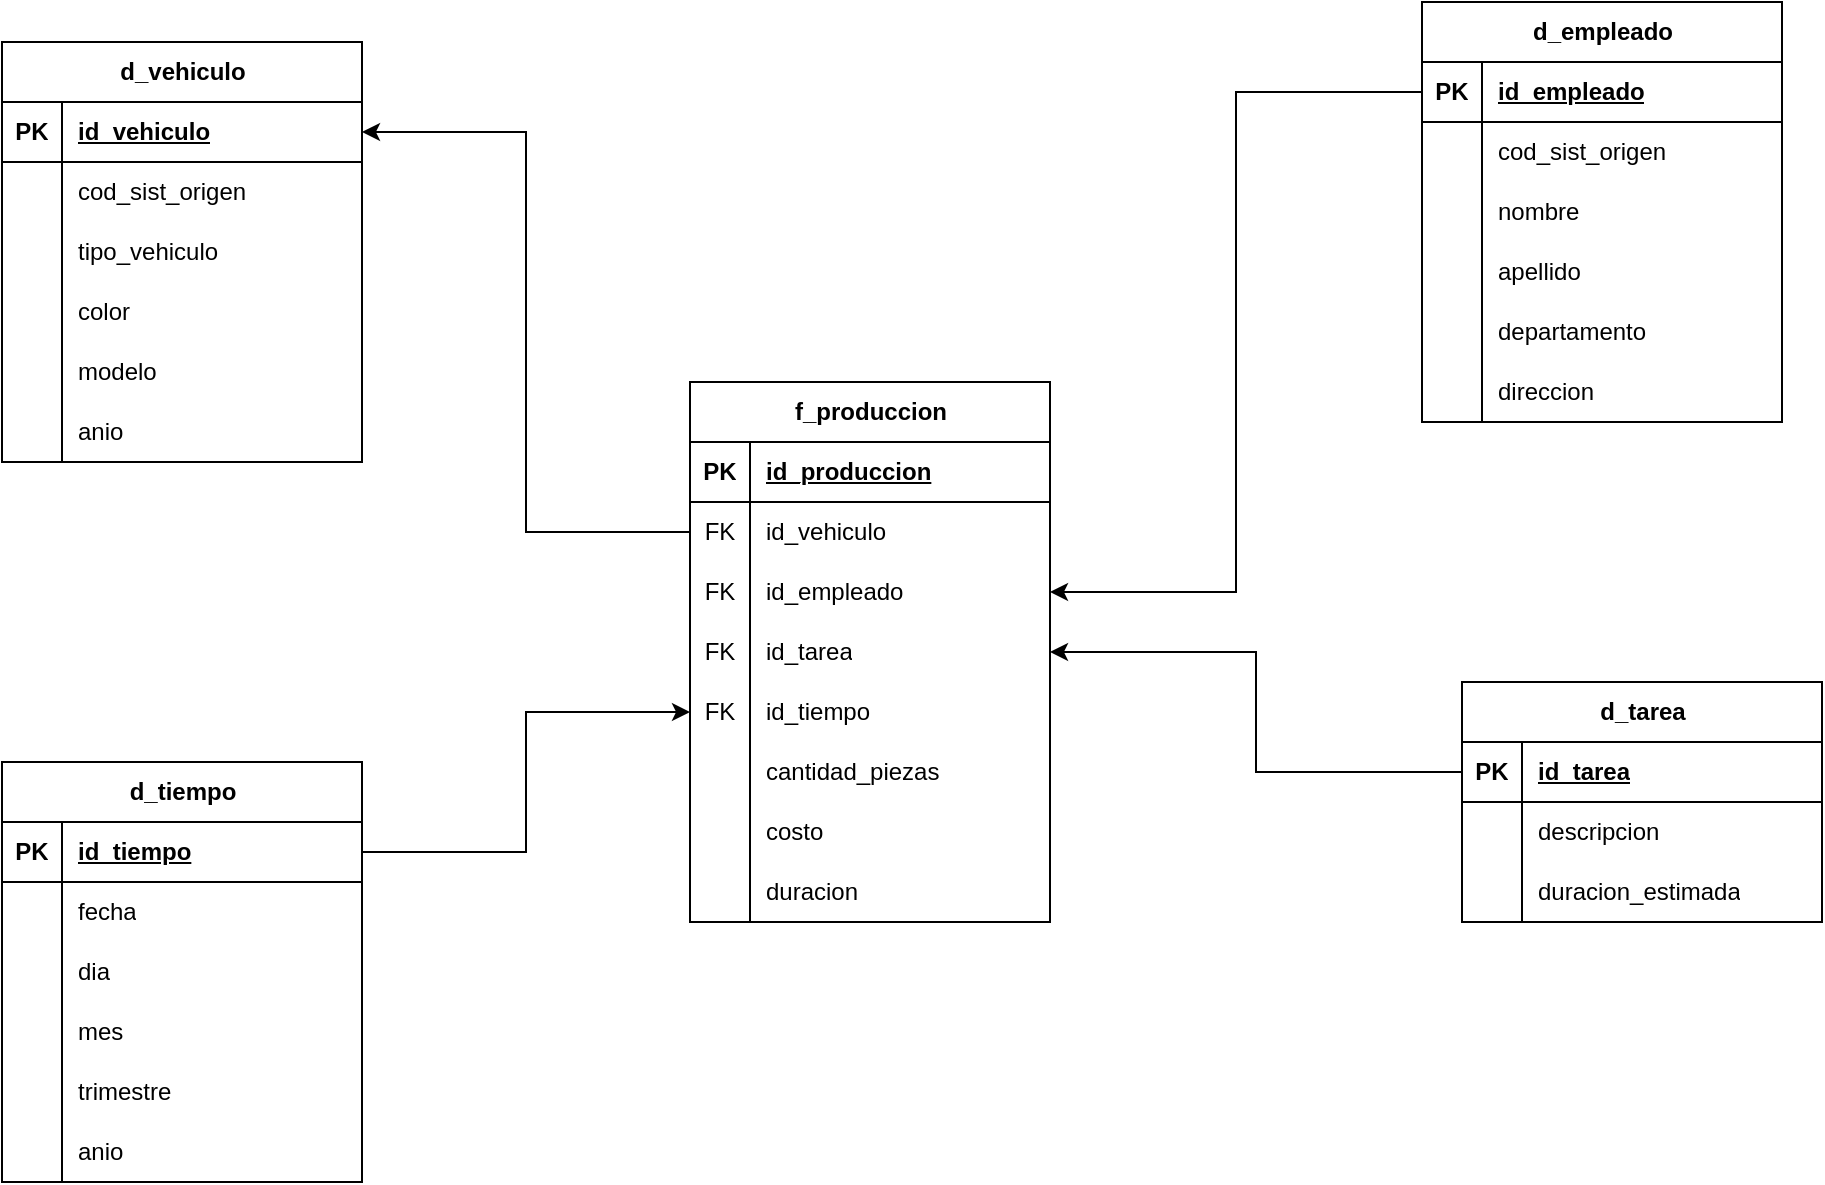
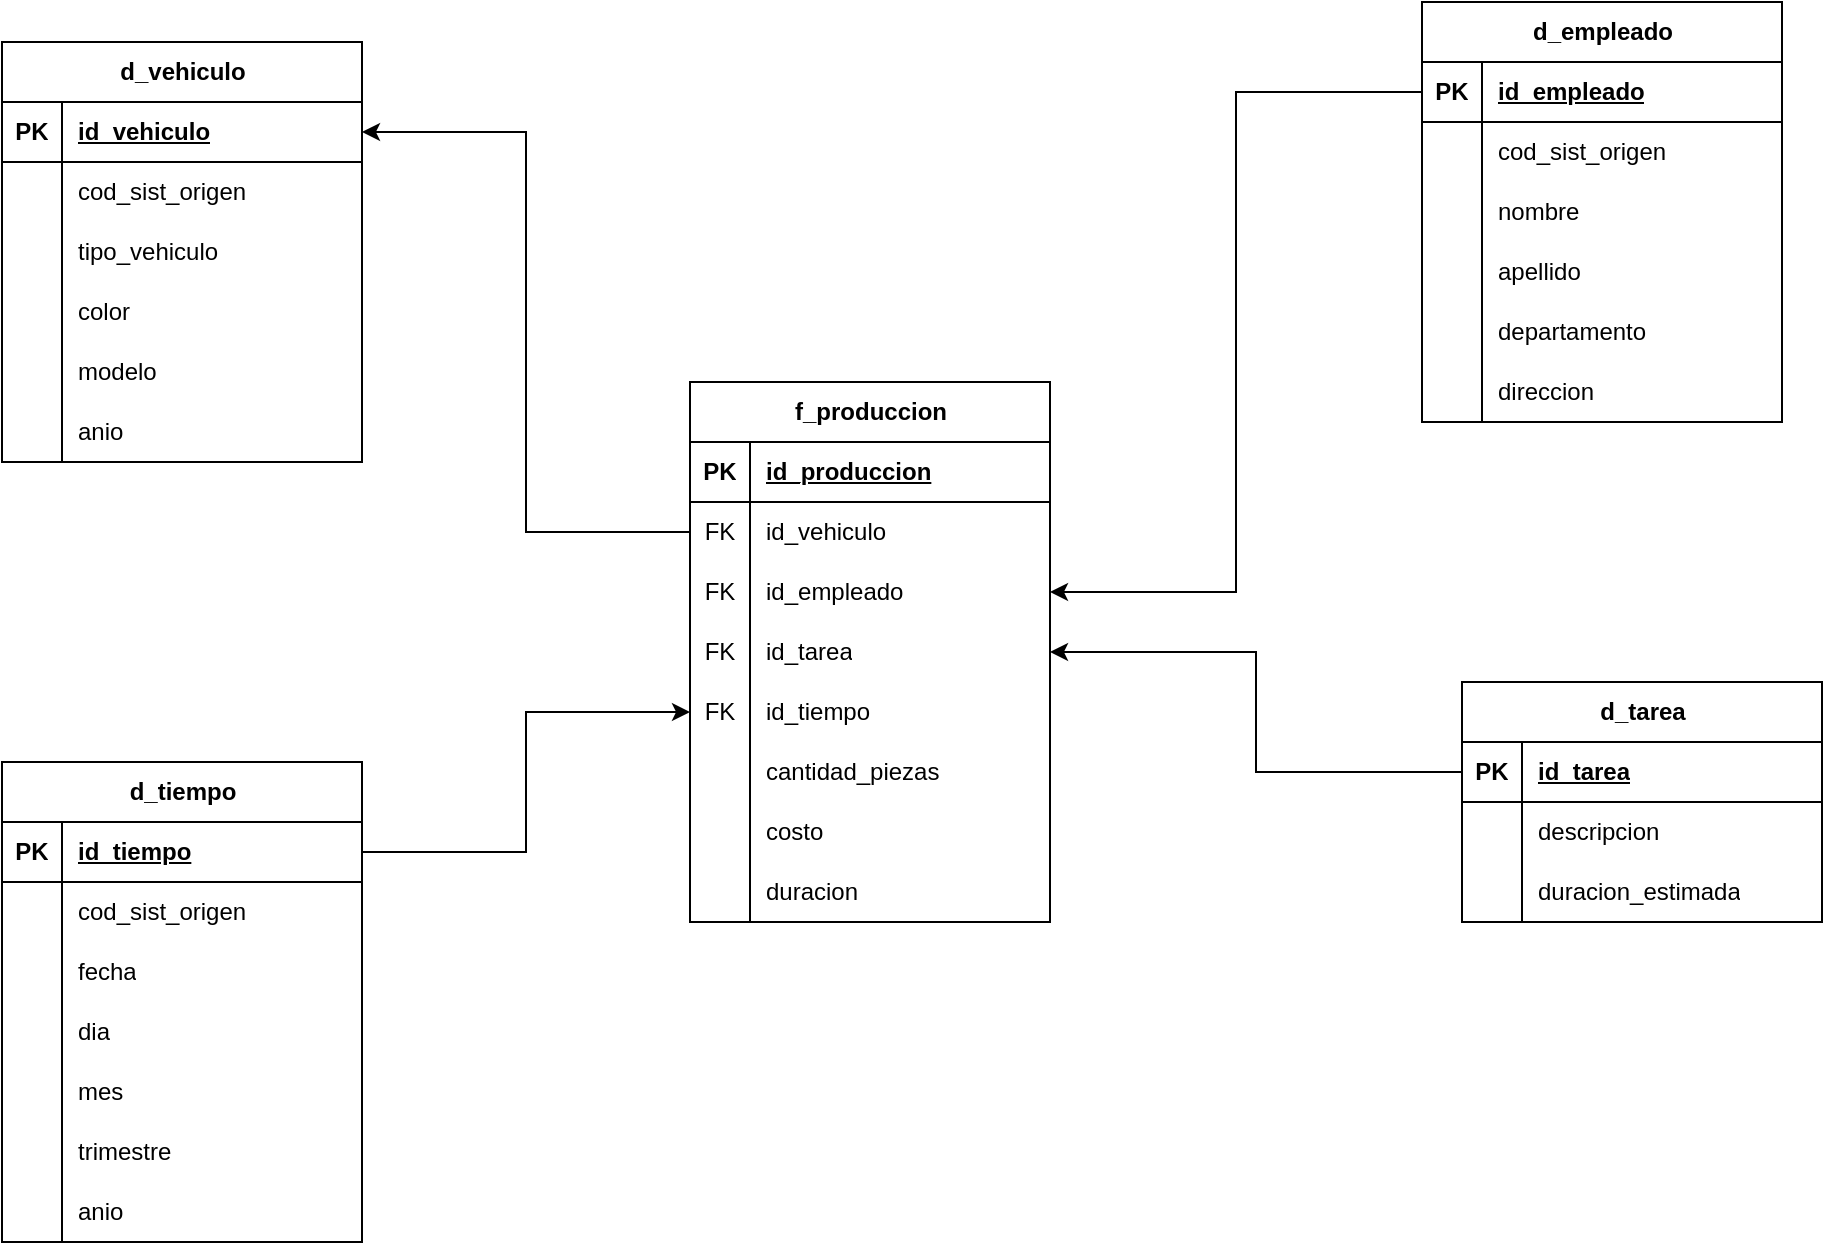
<mxfile host="app.diagrams.net">
  <diagram name="Página-1" id="8E3ZM4uKZoQ_-SHkeeXd">
    <mxGraphModel dx="1261" dy="574" grid="1" gridSize="10" guides="1" tooltips="1" connect="1" arrows="1" fold="1" page="1" pageScale="1" pageWidth="827" pageHeight="1169" math="0" shadow="0">
      <root>
        <mxCell id="0" />
        <mxCell id="1" parent="0" />
        <mxCell id="SVSHtn-OMlxAWYOSQ3T2-1" parent="1" style="shape=table;startSize=30;container=1;collapsible=1;childLayout=tableLayout;fixedRows=1;rowLines=0;fontStyle=1;align=center;resizeLast=1;html=1;" value="d_vehiculo" vertex="1">
          <mxGeometry height="210" width="180" x="70" y="40" as="geometry" />
        </mxCell>
        <mxCell id="SVSHtn-OMlxAWYOSQ3T2-2" parent="SVSHtn-OMlxAWYOSQ3T2-1" style="shape=tableRow;horizontal=0;startSize=0;swimlaneHead=0;swimlaneBody=0;fillColor=none;collapsible=0;dropTarget=0;points=[[0,0.5],[1,0.5]];portConstraint=eastwest;top=0;left=0;right=0;bottom=1;" value="" vertex="1">
          <mxGeometry height="30" width="180" y="30" as="geometry" />
        </mxCell>
        <mxCell id="SVSHtn-OMlxAWYOSQ3T2-3" parent="SVSHtn-OMlxAWYOSQ3T2-2" style="shape=partialRectangle;connectable=0;fillColor=none;top=0;left=0;bottom=0;right=0;fontStyle=1;overflow=hidden;whiteSpace=wrap;html=1;" value="PK" vertex="1">
          <mxGeometry height="30" width="30" as="geometry">
            <mxRectangle height="30" width="30" as="alternateBounds" />
          </mxGeometry>
        </mxCell>
        <mxCell id="SVSHtn-OMlxAWYOSQ3T2-4" parent="SVSHtn-OMlxAWYOSQ3T2-2" style="shape=partialRectangle;connectable=0;fillColor=none;top=0;left=0;bottom=0;right=0;align=left;spacingLeft=6;fontStyle=5;overflow=hidden;whiteSpace=wrap;html=1;" value="id_vehiculo" vertex="1">
          <mxGeometry height="30" width="150" x="30" as="geometry">
            <mxRectangle height="30" width="150" as="alternateBounds" />
          </mxGeometry>
        </mxCell>
        <mxCell id="SVSHtn-OMlxAWYOSQ3T2-5" parent="SVSHtn-OMlxAWYOSQ3T2-1" style="shape=tableRow;horizontal=0;startSize=0;swimlaneHead=0;swimlaneBody=0;fillColor=none;collapsible=0;dropTarget=0;points=[[0,0.5],[1,0.5]];portConstraint=eastwest;top=0;left=0;right=0;bottom=0;" value="" vertex="1">
          <mxGeometry height="30" width="180" y="60" as="geometry" />
        </mxCell>
        <mxCell id="SVSHtn-OMlxAWYOSQ3T2-6" parent="SVSHtn-OMlxAWYOSQ3T2-5" style="shape=partialRectangle;connectable=0;fillColor=none;top=0;left=0;bottom=0;right=0;editable=1;overflow=hidden;whiteSpace=wrap;html=1;" value="" vertex="1">
          <mxGeometry height="30" width="30" as="geometry">
            <mxRectangle height="30" width="30" as="alternateBounds" />
          </mxGeometry>
        </mxCell>
        <mxCell id="SVSHtn-OMlxAWYOSQ3T2-7" parent="SVSHtn-OMlxAWYOSQ3T2-5" style="shape=partialRectangle;connectable=0;fillColor=none;top=0;left=0;bottom=0;right=0;align=left;spacingLeft=6;overflow=hidden;whiteSpace=wrap;html=1;" value="cod_sist_origen" vertex="1">
          <mxGeometry height="30" width="150" x="30" as="geometry">
            <mxRectangle height="30" width="150" as="alternateBounds" />
          </mxGeometry>
        </mxCell>
        <mxCell id="SVSHtn-OMlxAWYOSQ3T2-8" parent="SVSHtn-OMlxAWYOSQ3T2-1" style="shape=tableRow;horizontal=0;startSize=0;swimlaneHead=0;swimlaneBody=0;fillColor=none;collapsible=0;dropTarget=0;points=[[0,0.5],[1,0.5]];portConstraint=eastwest;top=0;left=0;right=0;bottom=0;" value="" vertex="1">
          <mxGeometry height="30" width="180" y="90" as="geometry" />
        </mxCell>
        <mxCell id="SVSHtn-OMlxAWYOSQ3T2-9" parent="SVSHtn-OMlxAWYOSQ3T2-8" style="shape=partialRectangle;connectable=0;fillColor=none;top=0;left=0;bottom=0;right=0;editable=1;overflow=hidden;whiteSpace=wrap;html=1;" value="" vertex="1">
          <mxGeometry height="30" width="30" as="geometry">
            <mxRectangle height="30" width="30" as="alternateBounds" />
          </mxGeometry>
        </mxCell>
        <mxCell id="SVSHtn-OMlxAWYOSQ3T2-10" parent="SVSHtn-OMlxAWYOSQ3T2-8" style="shape=partialRectangle;connectable=0;fillColor=none;top=0;left=0;bottom=0;right=0;align=left;spacingLeft=6;overflow=hidden;whiteSpace=wrap;html=1;" value="tipo_vehiculo" vertex="1">
          <mxGeometry height="30" width="150" x="30" as="geometry">
            <mxRectangle height="30" width="150" as="alternateBounds" />
          </mxGeometry>
        </mxCell>
        <mxCell id="SVSHtn-OMlxAWYOSQ3T2-11" parent="SVSHtn-OMlxAWYOSQ3T2-1" style="shape=tableRow;horizontal=0;startSize=0;swimlaneHead=0;swimlaneBody=0;fillColor=none;collapsible=0;dropTarget=0;points=[[0,0.5],[1,0.5]];portConstraint=eastwest;top=0;left=0;right=0;bottom=0;" value="" vertex="1">
          <mxGeometry height="30" width="180" y="120" as="geometry" />
        </mxCell>
        <mxCell id="SVSHtn-OMlxAWYOSQ3T2-12" parent="SVSHtn-OMlxAWYOSQ3T2-11" style="shape=partialRectangle;connectable=0;fillColor=none;top=0;left=0;bottom=0;right=0;editable=1;overflow=hidden;whiteSpace=wrap;html=1;" value="" vertex="1">
          <mxGeometry height="30" width="30" as="geometry">
            <mxRectangle height="30" width="30" as="alternateBounds" />
          </mxGeometry>
        </mxCell>
        <mxCell id="SVSHtn-OMlxAWYOSQ3T2-13" parent="SVSHtn-OMlxAWYOSQ3T2-11" style="shape=partialRectangle;connectable=0;fillColor=none;top=0;left=0;bottom=0;right=0;align=left;spacingLeft=6;overflow=hidden;whiteSpace=wrap;html=1;" value="color" vertex="1">
          <mxGeometry height="30" width="150" x="30" as="geometry">
            <mxRectangle height="30" width="150" as="alternateBounds" />
          </mxGeometry>
        </mxCell>
        <mxCell id="SVSHtn-OMlxAWYOSQ3T2-79" parent="SVSHtn-OMlxAWYOSQ3T2-1" style="shape=tableRow;horizontal=0;startSize=0;swimlaneHead=0;swimlaneBody=0;fillColor=none;collapsible=0;dropTarget=0;points=[[0,0.5],[1,0.5]];portConstraint=eastwest;top=0;left=0;right=0;bottom=0;" value="" vertex="1">
          <mxGeometry height="30" width="180" y="150" as="geometry" />
        </mxCell>
        <mxCell id="SVSHtn-OMlxAWYOSQ3T2-80" parent="SVSHtn-OMlxAWYOSQ3T2-79" style="shape=partialRectangle;connectable=0;fillColor=none;top=0;left=0;bottom=0;right=0;editable=1;overflow=hidden;whiteSpace=wrap;html=1;" value="" vertex="1">
          <mxGeometry height="30" width="30" as="geometry">
            <mxRectangle height="30" width="30" as="alternateBounds" />
          </mxGeometry>
        </mxCell>
        <mxCell id="SVSHtn-OMlxAWYOSQ3T2-81" parent="SVSHtn-OMlxAWYOSQ3T2-79" style="shape=partialRectangle;connectable=0;fillColor=none;top=0;left=0;bottom=0;right=0;align=left;spacingLeft=6;overflow=hidden;whiteSpace=wrap;html=1;" value="modelo" vertex="1">
          <mxGeometry height="30" width="150" x="30" as="geometry">
            <mxRectangle height="30" width="150" as="alternateBounds" />
          </mxGeometry>
        </mxCell>
        <mxCell id="SVSHtn-OMlxAWYOSQ3T2-82" parent="SVSHtn-OMlxAWYOSQ3T2-1" style="shape=tableRow;horizontal=0;startSize=0;swimlaneHead=0;swimlaneBody=0;fillColor=none;collapsible=0;dropTarget=0;points=[[0,0.5],[1,0.5]];portConstraint=eastwest;top=0;left=0;right=0;bottom=0;" value="" vertex="1">
          <mxGeometry height="30" width="180" y="180" as="geometry" />
        </mxCell>
        <mxCell id="SVSHtn-OMlxAWYOSQ3T2-83" parent="SVSHtn-OMlxAWYOSQ3T2-82" style="shape=partialRectangle;connectable=0;fillColor=none;top=0;left=0;bottom=0;right=0;editable=1;overflow=hidden;whiteSpace=wrap;html=1;" value="" vertex="1">
          <mxGeometry height="30" width="30" as="geometry">
            <mxRectangle height="30" width="30" as="alternateBounds" />
          </mxGeometry>
        </mxCell>
        <mxCell id="SVSHtn-OMlxAWYOSQ3T2-84" parent="SVSHtn-OMlxAWYOSQ3T2-82" style="shape=partialRectangle;connectable=0;fillColor=none;top=0;left=0;bottom=0;right=0;align=left;spacingLeft=6;overflow=hidden;whiteSpace=wrap;html=1;" value="anio" vertex="1">
          <mxGeometry height="30" width="150" x="30" as="geometry">
            <mxRectangle height="30" width="150" as="alternateBounds" />
          </mxGeometry>
        </mxCell>
        <mxCell id="SVSHtn-OMlxAWYOSQ3T2-14" parent="1" style="shape=table;startSize=30;container=1;collapsible=1;childLayout=tableLayout;fixedRows=1;rowLines=0;fontStyle=1;align=center;resizeLast=1;html=1;" value="d_empleado" vertex="1">
          <mxGeometry height="210" width="180" x="780" y="20" as="geometry" />
        </mxCell>
        <mxCell id="SVSHtn-OMlxAWYOSQ3T2-15" parent="SVSHtn-OMlxAWYOSQ3T2-14" style="shape=tableRow;horizontal=0;startSize=0;swimlaneHead=0;swimlaneBody=0;fillColor=none;collapsible=0;dropTarget=0;points=[[0,0.5],[1,0.5]];portConstraint=eastwest;top=0;left=0;right=0;bottom=1;" value="" vertex="1">
          <mxGeometry height="30" width="180" y="30" as="geometry" />
        </mxCell>
        <mxCell id="SVSHtn-OMlxAWYOSQ3T2-16" parent="SVSHtn-OMlxAWYOSQ3T2-15" style="shape=partialRectangle;connectable=0;fillColor=none;top=0;left=0;bottom=0;right=0;fontStyle=1;overflow=hidden;whiteSpace=wrap;html=1;" value="PK" vertex="1">
          <mxGeometry height="30" width="30" as="geometry">
            <mxRectangle height="30" width="30" as="alternateBounds" />
          </mxGeometry>
        </mxCell>
        <mxCell id="SVSHtn-OMlxAWYOSQ3T2-17" parent="SVSHtn-OMlxAWYOSQ3T2-15" style="shape=partialRectangle;connectable=0;fillColor=none;top=0;left=0;bottom=0;right=0;align=left;spacingLeft=6;fontStyle=5;overflow=hidden;whiteSpace=wrap;html=1;" value="id_empleado" vertex="1">
          <mxGeometry height="30" width="150" x="30" as="geometry">
            <mxRectangle height="30" width="150" as="alternateBounds" />
          </mxGeometry>
        </mxCell>
        <mxCell id="SVSHtn-OMlxAWYOSQ3T2-18" parent="SVSHtn-OMlxAWYOSQ3T2-14" style="shape=tableRow;horizontal=0;startSize=0;swimlaneHead=0;swimlaneBody=0;fillColor=none;collapsible=0;dropTarget=0;points=[[0,0.5],[1,0.5]];portConstraint=eastwest;top=0;left=0;right=0;bottom=0;" value="" vertex="1">
          <mxGeometry height="30" width="180" y="60" as="geometry" />
        </mxCell>
        <mxCell id="SVSHtn-OMlxAWYOSQ3T2-19" parent="SVSHtn-OMlxAWYOSQ3T2-18" style="shape=partialRectangle;connectable=0;fillColor=none;top=0;left=0;bottom=0;right=0;editable=1;overflow=hidden;whiteSpace=wrap;html=1;" value="" vertex="1">
          <mxGeometry height="30" width="30" as="geometry">
            <mxRectangle height="30" width="30" as="alternateBounds" />
          </mxGeometry>
        </mxCell>
        <mxCell id="SVSHtn-OMlxAWYOSQ3T2-20" parent="SVSHtn-OMlxAWYOSQ3T2-18" style="shape=partialRectangle;connectable=0;fillColor=none;top=0;left=0;bottom=0;right=0;align=left;spacingLeft=6;overflow=hidden;whiteSpace=wrap;html=1;" value="cod_sist_origen" vertex="1">
          <mxGeometry height="30" width="150" x="30" as="geometry">
            <mxRectangle height="30" width="150" as="alternateBounds" />
          </mxGeometry>
        </mxCell>
        <mxCell id="SVSHtn-OMlxAWYOSQ3T2-21" parent="SVSHtn-OMlxAWYOSQ3T2-14" style="shape=tableRow;horizontal=0;startSize=0;swimlaneHead=0;swimlaneBody=0;fillColor=none;collapsible=0;dropTarget=0;points=[[0,0.5],[1,0.5]];portConstraint=eastwest;top=0;left=0;right=0;bottom=0;" value="" vertex="1">
          <mxGeometry height="30" width="180" y="90" as="geometry" />
        </mxCell>
        <mxCell id="SVSHtn-OMlxAWYOSQ3T2-22" parent="SVSHtn-OMlxAWYOSQ3T2-21" style="shape=partialRectangle;connectable=0;fillColor=none;top=0;left=0;bottom=0;right=0;editable=1;overflow=hidden;whiteSpace=wrap;html=1;" value="" vertex="1">
          <mxGeometry height="30" width="30" as="geometry">
            <mxRectangle height="30" width="30" as="alternateBounds" />
          </mxGeometry>
        </mxCell>
        <mxCell id="SVSHtn-OMlxAWYOSQ3T2-23" parent="SVSHtn-OMlxAWYOSQ3T2-21" style="shape=partialRectangle;connectable=0;fillColor=none;top=0;left=0;bottom=0;right=0;align=left;spacingLeft=6;overflow=hidden;whiteSpace=wrap;html=1;" value="nombre" vertex="1">
          <mxGeometry height="30" width="150" x="30" as="geometry">
            <mxRectangle height="30" width="150" as="alternateBounds" />
          </mxGeometry>
        </mxCell>
        <mxCell id="SVSHtn-OMlxAWYOSQ3T2-86" parent="SVSHtn-OMlxAWYOSQ3T2-14" style="shape=tableRow;horizontal=0;startSize=0;swimlaneHead=0;swimlaneBody=0;fillColor=none;collapsible=0;dropTarget=0;points=[[0,0.5],[1,0.5]];portConstraint=eastwest;top=0;left=0;right=0;bottom=0;" value="" vertex="1">
          <mxGeometry height="30" width="180" y="120" as="geometry" />
        </mxCell>
        <mxCell id="SVSHtn-OMlxAWYOSQ3T2-87" parent="SVSHtn-OMlxAWYOSQ3T2-86" style="shape=partialRectangle;connectable=0;fillColor=none;top=0;left=0;bottom=0;right=0;editable=1;overflow=hidden;whiteSpace=wrap;html=1;" value="" vertex="1">
          <mxGeometry height="30" width="30" as="geometry">
            <mxRectangle height="30" width="30" as="alternateBounds" />
          </mxGeometry>
        </mxCell>
        <mxCell id="SVSHtn-OMlxAWYOSQ3T2-88" parent="SVSHtn-OMlxAWYOSQ3T2-86" style="shape=partialRectangle;connectable=0;fillColor=none;top=0;left=0;bottom=0;right=0;align=left;spacingLeft=6;overflow=hidden;whiteSpace=wrap;html=1;" value="apellido" vertex="1">
          <mxGeometry height="30" width="150" x="30" as="geometry">
            <mxRectangle height="30" width="150" as="alternateBounds" />
          </mxGeometry>
        </mxCell>
        <mxCell id="SVSHtn-OMlxAWYOSQ3T2-24" parent="SVSHtn-OMlxAWYOSQ3T2-14" style="shape=tableRow;horizontal=0;startSize=0;swimlaneHead=0;swimlaneBody=0;fillColor=none;collapsible=0;dropTarget=0;points=[[0,0.5],[1,0.5]];portConstraint=eastwest;top=0;left=0;right=0;bottom=0;" value="" vertex="1">
          <mxGeometry height="30" width="180" y="150" as="geometry" />
        </mxCell>
        <mxCell id="SVSHtn-OMlxAWYOSQ3T2-25" parent="SVSHtn-OMlxAWYOSQ3T2-24" style="shape=partialRectangle;connectable=0;fillColor=none;top=0;left=0;bottom=0;right=0;editable=1;overflow=hidden;whiteSpace=wrap;html=1;" value="" vertex="1">
          <mxGeometry height="30" width="30" as="geometry">
            <mxRectangle height="30" width="30" as="alternateBounds" />
          </mxGeometry>
        </mxCell>
        <mxCell id="SVSHtn-OMlxAWYOSQ3T2-26" parent="SVSHtn-OMlxAWYOSQ3T2-24" style="shape=partialRectangle;connectable=0;fillColor=none;top=0;left=0;bottom=0;right=0;align=left;spacingLeft=6;overflow=hidden;whiteSpace=wrap;html=1;" value="departamento" vertex="1">
          <mxGeometry height="30" width="150" x="30" as="geometry">
            <mxRectangle height="30" width="150" as="alternateBounds" />
          </mxGeometry>
        </mxCell>
        <mxCell id="SVSHtn-OMlxAWYOSQ3T2-89" parent="SVSHtn-OMlxAWYOSQ3T2-14" style="shape=tableRow;horizontal=0;startSize=0;swimlaneHead=0;swimlaneBody=0;fillColor=none;collapsible=0;dropTarget=0;points=[[0,0.5],[1,0.5]];portConstraint=eastwest;top=0;left=0;right=0;bottom=0;" value="" vertex="1">
          <mxGeometry height="30" width="180" y="180" as="geometry" />
        </mxCell>
        <mxCell id="SVSHtn-OMlxAWYOSQ3T2-90" parent="SVSHtn-OMlxAWYOSQ3T2-89" style="shape=partialRectangle;connectable=0;fillColor=none;top=0;left=0;bottom=0;right=0;editable=1;overflow=hidden;whiteSpace=wrap;html=1;" value="" vertex="1">
          <mxGeometry height="30" width="30" as="geometry">
            <mxRectangle height="30" width="30" as="alternateBounds" />
          </mxGeometry>
        </mxCell>
        <mxCell id="SVSHtn-OMlxAWYOSQ3T2-91" parent="SVSHtn-OMlxAWYOSQ3T2-89" style="shape=partialRectangle;connectable=0;fillColor=none;top=0;left=0;bottom=0;right=0;align=left;spacingLeft=6;overflow=hidden;whiteSpace=wrap;html=1;" value="direccion" vertex="1">
          <mxGeometry height="30" width="150" x="30" as="geometry">
            <mxRectangle height="30" width="150" as="alternateBounds" />
          </mxGeometry>
        </mxCell>
        <mxCell id="SVSHtn-OMlxAWYOSQ3T2-40" parent="1" style="shape=table;startSize=30;container=1;collapsible=1;childLayout=tableLayout;fixedRows=1;rowLines=0;fontStyle=1;align=center;resizeLast=1;html=1;" value="d_tarea" vertex="1">
          <mxGeometry height="120" width="180" x="800" y="360" as="geometry" />
        </mxCell>
        <mxCell id="SVSHtn-OMlxAWYOSQ3T2-41" parent="SVSHtn-OMlxAWYOSQ3T2-40" style="shape=tableRow;horizontal=0;startSize=0;swimlaneHead=0;swimlaneBody=0;fillColor=none;collapsible=0;dropTarget=0;points=[[0,0.5],[1,0.5]];portConstraint=eastwest;top=0;left=0;right=0;bottom=1;" value="" vertex="1">
          <mxGeometry height="30" width="180" y="30" as="geometry" />
        </mxCell>
        <mxCell id="SVSHtn-OMlxAWYOSQ3T2-42" parent="SVSHtn-OMlxAWYOSQ3T2-41" style="shape=partialRectangle;connectable=0;fillColor=none;top=0;left=0;bottom=0;right=0;fontStyle=1;overflow=hidden;whiteSpace=wrap;html=1;" value="PK" vertex="1">
          <mxGeometry height="30" width="30" as="geometry">
            <mxRectangle height="30" width="30" as="alternateBounds" />
          </mxGeometry>
        </mxCell>
        <mxCell id="SVSHtn-OMlxAWYOSQ3T2-43" parent="SVSHtn-OMlxAWYOSQ3T2-41" style="shape=partialRectangle;connectable=0;fillColor=none;top=0;left=0;bottom=0;right=0;align=left;spacingLeft=6;fontStyle=5;overflow=hidden;whiteSpace=wrap;html=1;" value="id_tarea" vertex="1">
          <mxGeometry height="30" width="150" x="30" as="geometry">
            <mxRectangle height="30" width="150" as="alternateBounds" />
          </mxGeometry>
        </mxCell>
        <mxCell id="SVSHtn-OMlxAWYOSQ3T2-44" parent="SVSHtn-OMlxAWYOSQ3T2-40" style="shape=tableRow;horizontal=0;startSize=0;swimlaneHead=0;swimlaneBody=0;fillColor=none;collapsible=0;dropTarget=0;points=[[0,0.5],[1,0.5]];portConstraint=eastwest;top=0;left=0;right=0;bottom=0;" value="" vertex="1">
          <mxGeometry height="30" width="180" y="60" as="geometry" />
        </mxCell>
        <mxCell id="SVSHtn-OMlxAWYOSQ3T2-45" parent="SVSHtn-OMlxAWYOSQ3T2-44" style="shape=partialRectangle;connectable=0;fillColor=none;top=0;left=0;bottom=0;right=0;editable=1;overflow=hidden;whiteSpace=wrap;html=1;" value="" vertex="1">
          <mxGeometry height="30" width="30" as="geometry">
            <mxRectangle height="30" width="30" as="alternateBounds" />
          </mxGeometry>
        </mxCell>
        <mxCell id="SVSHtn-OMlxAWYOSQ3T2-46" parent="SVSHtn-OMlxAWYOSQ3T2-44" style="shape=partialRectangle;connectable=0;fillColor=none;top=0;left=0;bottom=0;right=0;align=left;spacingLeft=6;overflow=hidden;whiteSpace=wrap;html=1;" value="descripcion" vertex="1">
          <mxGeometry height="30" width="150" x="30" as="geometry">
            <mxRectangle height="30" width="150" as="alternateBounds" />
          </mxGeometry>
        </mxCell>
        <mxCell id="SVSHtn-OMlxAWYOSQ3T2-47" parent="SVSHtn-OMlxAWYOSQ3T2-40" style="shape=tableRow;horizontal=0;startSize=0;swimlaneHead=0;swimlaneBody=0;fillColor=none;collapsible=0;dropTarget=0;points=[[0,0.5],[1,0.5]];portConstraint=eastwest;top=0;left=0;right=0;bottom=0;" value="" vertex="1">
          <mxGeometry height="30" width="180" y="90" as="geometry" />
        </mxCell>
        <mxCell id="SVSHtn-OMlxAWYOSQ3T2-48" parent="SVSHtn-OMlxAWYOSQ3T2-47" style="shape=partialRectangle;connectable=0;fillColor=none;top=0;left=0;bottom=0;right=0;editable=1;overflow=hidden;whiteSpace=wrap;html=1;" value="" vertex="1">
          <mxGeometry height="30" width="30" as="geometry">
            <mxRectangle height="30" width="30" as="alternateBounds" />
          </mxGeometry>
        </mxCell>
        <mxCell id="SVSHtn-OMlxAWYOSQ3T2-49" parent="SVSHtn-OMlxAWYOSQ3T2-47" style="shape=partialRectangle;connectable=0;fillColor=none;top=0;left=0;bottom=0;right=0;align=left;spacingLeft=6;overflow=hidden;whiteSpace=wrap;html=1;" value="duracion_estimada" vertex="1">
          <mxGeometry height="30" width="150" x="30" as="geometry">
            <mxRectangle height="30" width="150" as="alternateBounds" />
          </mxGeometry>
        </mxCell>
        <mxCell id="SVSHtn-OMlxAWYOSQ3T2-53" parent="1" style="shape=table;startSize=30;container=1;collapsible=1;childLayout=tableLayout;fixedRows=1;rowLines=0;fontStyle=1;align=center;resizeLast=1;html=1;" value="f_produccion" vertex="1">
          <mxGeometry height="270" width="180" x="414" y="210" as="geometry" />
        </mxCell>
        <mxCell id="SVSHtn-OMlxAWYOSQ3T2-54" parent="SVSHtn-OMlxAWYOSQ3T2-53" style="shape=tableRow;horizontal=0;startSize=0;swimlaneHead=0;swimlaneBody=0;fillColor=none;collapsible=0;dropTarget=0;points=[[0,0.5],[1,0.5]];portConstraint=eastwest;top=0;left=0;right=0;bottom=1;" value="" vertex="1">
          <mxGeometry height="30" width="180" y="30" as="geometry" />
        </mxCell>
        <mxCell id="SVSHtn-OMlxAWYOSQ3T2-55" parent="SVSHtn-OMlxAWYOSQ3T2-54" style="shape=partialRectangle;connectable=0;fillColor=none;top=0;left=0;bottom=0;right=0;fontStyle=1;overflow=hidden;whiteSpace=wrap;html=1;" value="PK" vertex="1">
          <mxGeometry height="30" width="30" as="geometry">
            <mxRectangle height="30" width="30" as="alternateBounds" />
          </mxGeometry>
        </mxCell>
        <mxCell id="SVSHtn-OMlxAWYOSQ3T2-56" parent="SVSHtn-OMlxAWYOSQ3T2-54" style="shape=partialRectangle;connectable=0;fillColor=none;top=0;left=0;bottom=0;right=0;align=left;spacingLeft=6;fontStyle=5;overflow=hidden;whiteSpace=wrap;html=1;" value="id_produccion" vertex="1">
          <mxGeometry height="30" width="150" x="30" as="geometry">
            <mxRectangle height="30" width="150" as="alternateBounds" />
          </mxGeometry>
        </mxCell>
        <mxCell id="SVSHtn-OMlxAWYOSQ3T2-57" parent="SVSHtn-OMlxAWYOSQ3T2-53" style="shape=tableRow;horizontal=0;startSize=0;swimlaneHead=0;swimlaneBody=0;fillColor=none;collapsible=0;dropTarget=0;points=[[0,0.5],[1,0.5]];portConstraint=eastwest;top=0;left=0;right=0;bottom=0;" value="" vertex="1">
          <mxGeometry height="30" width="180" y="60" as="geometry" />
        </mxCell>
        <mxCell id="SVSHtn-OMlxAWYOSQ3T2-58" parent="SVSHtn-OMlxAWYOSQ3T2-57" style="shape=partialRectangle;connectable=0;fillColor=none;top=0;left=0;bottom=0;right=0;editable=1;overflow=hidden;whiteSpace=wrap;html=1;" value="FK" vertex="1">
          <mxGeometry height="30" width="30" as="geometry">
            <mxRectangle height="30" width="30" as="alternateBounds" />
          </mxGeometry>
        </mxCell>
        <mxCell id="SVSHtn-OMlxAWYOSQ3T2-59" parent="SVSHtn-OMlxAWYOSQ3T2-57" style="shape=partialRectangle;connectable=0;fillColor=none;top=0;left=0;bottom=0;right=0;align=left;spacingLeft=6;overflow=hidden;whiteSpace=wrap;html=1;" value="id_vehiculo" vertex="1">
          <mxGeometry height="30" width="150" x="30" as="geometry">
            <mxRectangle height="30" width="150" as="alternateBounds" />
          </mxGeometry>
        </mxCell>
        <mxCell id="SVSHtn-OMlxAWYOSQ3T2-60" parent="SVSHtn-OMlxAWYOSQ3T2-53" style="shape=tableRow;horizontal=0;startSize=0;swimlaneHead=0;swimlaneBody=0;fillColor=none;collapsible=0;dropTarget=0;points=[[0,0.5],[1,0.5]];portConstraint=eastwest;top=0;left=0;right=0;bottom=0;" value="" vertex="1">
          <mxGeometry height="30" width="180" y="90" as="geometry" />
        </mxCell>
        <mxCell id="SVSHtn-OMlxAWYOSQ3T2-61" parent="SVSHtn-OMlxAWYOSQ3T2-60" style="shape=partialRectangle;connectable=0;fillColor=none;top=0;left=0;bottom=0;right=0;editable=1;overflow=hidden;whiteSpace=wrap;html=1;" value="FK" vertex="1">
          <mxGeometry height="30" width="30" as="geometry">
            <mxRectangle height="30" width="30" as="alternateBounds" />
          </mxGeometry>
        </mxCell>
        <mxCell id="SVSHtn-OMlxAWYOSQ3T2-62" parent="SVSHtn-OMlxAWYOSQ3T2-60" style="shape=partialRectangle;connectable=0;fillColor=none;top=0;left=0;bottom=0;right=0;align=left;spacingLeft=6;overflow=hidden;whiteSpace=wrap;html=1;" value="id_empleado" vertex="1">
          <mxGeometry height="30" width="150" x="30" as="geometry">
            <mxRectangle height="30" width="150" as="alternateBounds" />
          </mxGeometry>
        </mxCell>
        <mxCell id="SVSHtn-OMlxAWYOSQ3T2-63" parent="SVSHtn-OMlxAWYOSQ3T2-53" style="shape=tableRow;horizontal=0;startSize=0;swimlaneHead=0;swimlaneBody=0;fillColor=none;collapsible=0;dropTarget=0;points=[[0,0.5],[1,0.5]];portConstraint=eastwest;top=0;left=0;right=0;bottom=0;" value="" vertex="1">
          <mxGeometry height="30" width="180" y="120" as="geometry" />
        </mxCell>
        <mxCell id="SVSHtn-OMlxAWYOSQ3T2-64" parent="SVSHtn-OMlxAWYOSQ3T2-63" style="shape=partialRectangle;connectable=0;fillColor=none;top=0;left=0;bottom=0;right=0;editable=1;overflow=hidden;whiteSpace=wrap;html=1;" value="FK" vertex="1">
          <mxGeometry height="30" width="30" as="geometry">
            <mxRectangle height="30" width="30" as="alternateBounds" />
          </mxGeometry>
        </mxCell>
        <mxCell id="SVSHtn-OMlxAWYOSQ3T2-65" parent="SVSHtn-OMlxAWYOSQ3T2-63" style="shape=partialRectangle;connectable=0;fillColor=none;top=0;left=0;bottom=0;right=0;align=left;spacingLeft=6;overflow=hidden;whiteSpace=wrap;html=1;" value="id_tarea" vertex="1">
          <mxGeometry height="30" width="150" x="30" as="geometry">
            <mxRectangle height="30" width="150" as="alternateBounds" />
          </mxGeometry>
        </mxCell>
        <mxCell id="SVSHtn-OMlxAWYOSQ3T2-101" parent="SVSHtn-OMlxAWYOSQ3T2-53" style="shape=tableRow;horizontal=0;startSize=0;swimlaneHead=0;swimlaneBody=0;fillColor=none;collapsible=0;dropTarget=0;points=[[0,0.5],[1,0.5]];portConstraint=eastwest;top=0;left=0;right=0;bottom=0;" value="" vertex="1">
          <mxGeometry height="30" width="180" y="150" as="geometry" />
        </mxCell>
        <mxCell id="SVSHtn-OMlxAWYOSQ3T2-102" parent="SVSHtn-OMlxAWYOSQ3T2-101" style="shape=partialRectangle;connectable=0;fillColor=none;top=0;left=0;bottom=0;right=0;editable=1;overflow=hidden;whiteSpace=wrap;html=1;" value="FK" vertex="1">
          <mxGeometry height="30" width="30" as="geometry">
            <mxRectangle height="30" width="30" as="alternateBounds" />
          </mxGeometry>
        </mxCell>
        <mxCell id="SVSHtn-OMlxAWYOSQ3T2-103" parent="SVSHtn-OMlxAWYOSQ3T2-101" style="shape=partialRectangle;connectable=0;fillColor=none;top=0;left=0;bottom=0;right=0;align=left;spacingLeft=6;overflow=hidden;whiteSpace=wrap;html=1;" value="id_tiempo" vertex="1">
          <mxGeometry height="30" width="150" x="30" as="geometry">
            <mxRectangle height="30" width="150" as="alternateBounds" />
          </mxGeometry>
        </mxCell>
        <mxCell id="SVSHtn-OMlxAWYOSQ3T2-104" parent="SVSHtn-OMlxAWYOSQ3T2-53" style="shape=tableRow;horizontal=0;startSize=0;swimlaneHead=0;swimlaneBody=0;fillColor=none;collapsible=0;dropTarget=0;points=[[0,0.5],[1,0.5]];portConstraint=eastwest;top=0;left=0;right=0;bottom=0;" value="" vertex="1">
          <mxGeometry height="30" width="180" y="180" as="geometry" />
        </mxCell>
        <mxCell id="SVSHtn-OMlxAWYOSQ3T2-105" parent="SVSHtn-OMlxAWYOSQ3T2-104" style="shape=partialRectangle;connectable=0;fillColor=none;top=0;left=0;bottom=0;right=0;editable=1;overflow=hidden;whiteSpace=wrap;html=1;" value="" vertex="1">
          <mxGeometry height="30" width="30" as="geometry">
            <mxRectangle height="30" width="30" as="alternateBounds" />
          </mxGeometry>
        </mxCell>
        <mxCell id="SVSHtn-OMlxAWYOSQ3T2-106" parent="SVSHtn-OMlxAWYOSQ3T2-104" style="shape=partialRectangle;connectable=0;fillColor=none;top=0;left=0;bottom=0;right=0;align=left;spacingLeft=6;overflow=hidden;whiteSpace=wrap;html=1;" value="cantidad_piezas" vertex="1">
          <mxGeometry height="30" width="150" x="30" as="geometry">
            <mxRectangle height="30" width="150" as="alternateBounds" />
          </mxGeometry>
        </mxCell>
        <mxCell id="SVSHtn-OMlxAWYOSQ3T2-107" parent="SVSHtn-OMlxAWYOSQ3T2-53" style="shape=tableRow;horizontal=0;startSize=0;swimlaneHead=0;swimlaneBody=0;fillColor=none;collapsible=0;dropTarget=0;points=[[0,0.5],[1,0.5]];portConstraint=eastwest;top=0;left=0;right=0;bottom=0;" value="" vertex="1">
          <mxGeometry height="30" width="180" y="210" as="geometry" />
        </mxCell>
        <mxCell id="SVSHtn-OMlxAWYOSQ3T2-108" parent="SVSHtn-OMlxAWYOSQ3T2-107" style="shape=partialRectangle;connectable=0;fillColor=none;top=0;left=0;bottom=0;right=0;editable=1;overflow=hidden;whiteSpace=wrap;html=1;" value="" vertex="1">
          <mxGeometry height="30" width="30" as="geometry">
            <mxRectangle height="30" width="30" as="alternateBounds" />
          </mxGeometry>
        </mxCell>
        <mxCell id="SVSHtn-OMlxAWYOSQ3T2-109" parent="SVSHtn-OMlxAWYOSQ3T2-107" style="shape=partialRectangle;connectable=0;fillColor=none;top=0;left=0;bottom=0;right=0;align=left;spacingLeft=6;overflow=hidden;whiteSpace=wrap;html=1;" value="costo" vertex="1">
          <mxGeometry height="30" width="150" x="30" as="geometry">
            <mxRectangle height="30" width="150" as="alternateBounds" />
          </mxGeometry>
        </mxCell>
        <mxCell id="SVSHtn-OMlxAWYOSQ3T2-110" parent="SVSHtn-OMlxAWYOSQ3T2-53" style="shape=tableRow;horizontal=0;startSize=0;swimlaneHead=0;swimlaneBody=0;fillColor=none;collapsible=0;dropTarget=0;points=[[0,0.5],[1,0.5]];portConstraint=eastwest;top=0;left=0;right=0;bottom=0;" value="" vertex="1">
          <mxGeometry height="30" width="180" y="240" as="geometry" />
        </mxCell>
        <mxCell id="SVSHtn-OMlxAWYOSQ3T2-111" parent="SVSHtn-OMlxAWYOSQ3T2-110" style="shape=partialRectangle;connectable=0;fillColor=none;top=0;left=0;bottom=0;right=0;editable=1;overflow=hidden;whiteSpace=wrap;html=1;" value="" vertex="1">
          <mxGeometry height="30" width="30" as="geometry">
            <mxRectangle height="30" width="30" as="alternateBounds" />
          </mxGeometry>
        </mxCell>
        <mxCell id="SVSHtn-OMlxAWYOSQ3T2-112" parent="SVSHtn-OMlxAWYOSQ3T2-110" style="shape=partialRectangle;connectable=0;fillColor=none;top=0;left=0;bottom=0;right=0;align=left;spacingLeft=6;overflow=hidden;whiteSpace=wrap;html=1;" value="duracion" vertex="1">
          <mxGeometry height="30" width="150" x="30" as="geometry">
            <mxRectangle height="30" width="150" as="alternateBounds" />
          </mxGeometry>
        </mxCell>
        <mxCell id="SVSHtn-OMlxAWYOSQ3T2-66" parent="1" style="shape=table;startSize=30;container=1;collapsible=1;childLayout=tableLayout;fixedRows=1;rowLines=0;fontStyle=1;align=center;resizeLast=1;html=1;" value="d_tiempo" vertex="1">
-           <mxGeometry height="210" width="180" x="70" y="400" as="geometry" />
+           <mxGeometry height="240" width="180" x="70" y="400" as="geometry" />
        </mxCell>
        <mxCell id="SVSHtn-OMlxAWYOSQ3T2-67" parent="SVSHtn-OMlxAWYOSQ3T2-66" style="shape=tableRow;horizontal=0;startSize=0;swimlaneHead=0;swimlaneBody=0;fillColor=none;collapsible=0;dropTarget=0;points=[[0,0.5],[1,0.5]];portConstraint=eastwest;top=0;left=0;right=0;bottom=1;" value="" vertex="1">
          <mxGeometry height="30" width="180" y="30" as="geometry" />
        </mxCell>
        <mxCell id="SVSHtn-OMlxAWYOSQ3T2-68" parent="SVSHtn-OMlxAWYOSQ3T2-67" style="shape=partialRectangle;connectable=0;fillColor=none;top=0;left=0;bottom=0;right=0;fontStyle=1;overflow=hidden;whiteSpace=wrap;html=1;" value="PK" vertex="1">
          <mxGeometry height="30" width="30" as="geometry">
            <mxRectangle height="30" width="30" as="alternateBounds" />
          </mxGeometry>
        </mxCell>
        <mxCell id="SVSHtn-OMlxAWYOSQ3T2-69" parent="SVSHtn-OMlxAWYOSQ3T2-67" style="shape=partialRectangle;connectable=0;fillColor=none;top=0;left=0;bottom=0;right=0;align=left;spacingLeft=6;fontStyle=5;overflow=hidden;whiteSpace=wrap;html=1;" value="id_tiempo" vertex="1">
          <mxGeometry height="30" width="150" x="30" as="geometry">
            <mxRectangle height="30" width="150" as="alternateBounds" />
          </mxGeometry>
        </mxCell>
        <mxCell id="SVSHtn-OMlxAWYOSQ3T2-70" parent="SVSHtn-OMlxAWYOSQ3T2-66" style="shape=tableRow;horizontal=0;startSize=0;swimlaneHead=0;swimlaneBody=0;fillColor=none;collapsible=0;dropTarget=0;points=[[0,0.5],[1,0.5]];portConstraint=eastwest;top=0;left=0;right=0;bottom=0;" value="" vertex="1">
          <mxGeometry height="30" width="180" y="60" as="geometry" />
        </mxCell>
        <mxCell id="SVSHtn-OMlxAWYOSQ3T2-71" parent="SVSHtn-OMlxAWYOSQ3T2-70" style="shape=partialRectangle;connectable=0;fillColor=none;top=0;left=0;bottom=0;right=0;editable=1;overflow=hidden;whiteSpace=wrap;html=1;" value="" vertex="1">
          <mxGeometry height="30" width="30" as="geometry">
            <mxRectangle height="30" width="30" as="alternateBounds" />
          </mxGeometry>
        </mxCell>
-         <mxCell id="SVSHtn-OMlxAWYOSQ3T2-72" parent="SVSHtn-OMlxAWYOSQ3T2-70" style="shape=partialRectangle;connectable=0;fillColor=none;top=0;left=0;bottom=0;right=0;align=left;spacingLeft=6;overflow=hidden;whiteSpace=wrap;html=1;" value="fecha" vertex="1">
+         <mxCell id="SVSHtn-OMlxAWYOSQ3T2-72" parent="SVSHtn-OMlxAWYOSQ3T2-70" style="shape=partialRectangle;connectable=0;fillColor=none;top=0;left=0;bottom=0;right=0;align=left;spacingLeft=6;overflow=hidden;whiteSpace=wrap;html=1;" value="cod_sist_origen" vertex="1">
+           <mxGeometry height="30" width="150" x="30" as="geometry">
+             <mxRectangle height="30" width="150" as="alternateBounds" />
+           </mxGeometry>
+         </mxCell>
+         <mxCell id="SVSHtn-OMlxAWYOSQ3T2-113" parent="SVSHtn-OMlxAWYOSQ3T2-66" style="shape=tableRow;horizontal=0;startSize=0;swimlaneHead=0;swimlaneBody=0;fillColor=none;collapsible=0;dropTarget=0;points=[[0,0.5],[1,0.5]];portConstraint=eastwest;top=0;left=0;right=0;bottom=0;" value="" vertex="1">
+           <mxGeometry height="30" width="180" y="90" as="geometry" />
+         </mxCell>
+         <mxCell id="SVSHtn-OMlxAWYOSQ3T2-114" parent="SVSHtn-OMlxAWYOSQ3T2-113" style="shape=partialRectangle;connectable=0;fillColor=none;top=0;left=0;bottom=0;right=0;editable=1;overflow=hidden;whiteSpace=wrap;html=1;" value="" vertex="1">
+           <mxGeometry height="30" width="30" as="geometry">
+             <mxRectangle height="30" width="30" as="alternateBounds" />
+           </mxGeometry>
+         </mxCell>
+         <mxCell id="SVSHtn-OMlxAWYOSQ3T2-115" parent="SVSHtn-OMlxAWYOSQ3T2-113" style="shape=partialRectangle;connectable=0;fillColor=none;top=0;left=0;bottom=0;right=0;align=left;spacingLeft=6;overflow=hidden;whiteSpace=wrap;html=1;" value="fecha" vertex="1">
          <mxGeometry height="30" width="150" x="30" as="geometry">
            <mxRectangle height="30" width="150" as="alternateBounds" />
          </mxGeometry>
        </mxCell>
        <mxCell id="SVSHtn-OMlxAWYOSQ3T2-73" parent="SVSHtn-OMlxAWYOSQ3T2-66" style="shape=tableRow;horizontal=0;startSize=0;swimlaneHead=0;swimlaneBody=0;fillColor=none;collapsible=0;dropTarget=0;points=[[0,0.5],[1,0.5]];portConstraint=eastwest;top=0;left=0;right=0;bottom=0;" value="" vertex="1">
-           <mxGeometry height="30" width="180" y="90" as="geometry" />
+           <mxGeometry height="30" width="180" y="120" as="geometry" />
        </mxCell>
        <mxCell id="SVSHtn-OMlxAWYOSQ3T2-74" parent="SVSHtn-OMlxAWYOSQ3T2-73" style="shape=partialRectangle;connectable=0;fillColor=none;top=0;left=0;bottom=0;right=0;editable=1;overflow=hidden;whiteSpace=wrap;html=1;" value="" vertex="1">
          <mxGeometry height="30" width="30" as="geometry">
            <mxRectangle height="30" width="30" as="alternateBounds" />
          </mxGeometry>
        </mxCell>
        <mxCell id="SVSHtn-OMlxAWYOSQ3T2-75" parent="SVSHtn-OMlxAWYOSQ3T2-73" style="shape=partialRectangle;connectable=0;fillColor=none;top=0;left=0;bottom=0;right=0;align=left;spacingLeft=6;overflow=hidden;whiteSpace=wrap;html=1;" value="dia" vertex="1">
          <mxGeometry height="30" width="150" x="30" as="geometry">
            <mxRectangle height="30" width="150" as="alternateBounds" />
          </mxGeometry>
        </mxCell>
        <mxCell id="SVSHtn-OMlxAWYOSQ3T2-76" parent="SVSHtn-OMlxAWYOSQ3T2-66" style="shape=tableRow;horizontal=0;startSize=0;swimlaneHead=0;swimlaneBody=0;fillColor=none;collapsible=0;dropTarget=0;points=[[0,0.5],[1,0.5]];portConstraint=eastwest;top=0;left=0;right=0;bottom=0;" value="" vertex="1">
-           <mxGeometry height="30" width="180" y="120" as="geometry" />
+           <mxGeometry height="30" width="180" y="150" as="geometry" />
        </mxCell>
        <mxCell id="SVSHtn-OMlxAWYOSQ3T2-77" parent="SVSHtn-OMlxAWYOSQ3T2-76" style="shape=partialRectangle;connectable=0;fillColor=none;top=0;left=0;bottom=0;right=0;editable=1;overflow=hidden;whiteSpace=wrap;html=1;" value="" vertex="1">
          <mxGeometry height="30" width="30" as="geometry">
            <mxRectangle height="30" width="30" as="alternateBounds" />
          </mxGeometry>
        </mxCell>
        <mxCell id="SVSHtn-OMlxAWYOSQ3T2-78" parent="SVSHtn-OMlxAWYOSQ3T2-76" style="shape=partialRectangle;connectable=0;fillColor=none;top=0;left=0;bottom=0;right=0;align=left;spacingLeft=6;overflow=hidden;whiteSpace=wrap;html=1;" value="mes" vertex="1">
          <mxGeometry height="30" width="150" x="30" as="geometry">
            <mxRectangle height="30" width="150" as="alternateBounds" />
          </mxGeometry>
        </mxCell>
        <mxCell id="SVSHtn-OMlxAWYOSQ3T2-94" parent="SVSHtn-OMlxAWYOSQ3T2-66" style="shape=tableRow;horizontal=0;startSize=0;swimlaneHead=0;swimlaneBody=0;fillColor=none;collapsible=0;dropTarget=0;points=[[0,0.5],[1,0.5]];portConstraint=eastwest;top=0;left=0;right=0;bottom=0;" value="" vertex="1">
-           <mxGeometry height="30" width="180" y="150" as="geometry" />
+           <mxGeometry height="30" width="180" y="180" as="geometry" />
        </mxCell>
        <mxCell id="SVSHtn-OMlxAWYOSQ3T2-95" parent="SVSHtn-OMlxAWYOSQ3T2-94" style="shape=partialRectangle;connectable=0;fillColor=none;top=0;left=0;bottom=0;right=0;editable=1;overflow=hidden;whiteSpace=wrap;html=1;" value="" vertex="1">
          <mxGeometry height="30" width="30" as="geometry">
            <mxRectangle height="30" width="30" as="alternateBounds" />
          </mxGeometry>
        </mxCell>
        <mxCell id="SVSHtn-OMlxAWYOSQ3T2-96" parent="SVSHtn-OMlxAWYOSQ3T2-94" style="shape=partialRectangle;connectable=0;fillColor=none;top=0;left=0;bottom=0;right=0;align=left;spacingLeft=6;overflow=hidden;whiteSpace=wrap;html=1;" value="trimestre" vertex="1">
          <mxGeometry height="30" width="150" x="30" as="geometry">
            <mxRectangle height="30" width="150" as="alternateBounds" />
          </mxGeometry>
        </mxCell>
        <mxCell id="SVSHtn-OMlxAWYOSQ3T2-97" parent="SVSHtn-OMlxAWYOSQ3T2-66" style="shape=tableRow;horizontal=0;startSize=0;swimlaneHead=0;swimlaneBody=0;fillColor=none;collapsible=0;dropTarget=0;points=[[0,0.5],[1,0.5]];portConstraint=eastwest;top=0;left=0;right=0;bottom=0;" value="" vertex="1">
-           <mxGeometry height="30" width="180" y="180" as="geometry" />
+           <mxGeometry height="30" width="180" y="210" as="geometry" />
        </mxCell>
        <mxCell id="SVSHtn-OMlxAWYOSQ3T2-98" parent="SVSHtn-OMlxAWYOSQ3T2-97" style="shape=partialRectangle;connectable=0;fillColor=none;top=0;left=0;bottom=0;right=0;editable=1;overflow=hidden;whiteSpace=wrap;html=1;" value="" vertex="1">
          <mxGeometry height="30" width="30" as="geometry">
            <mxRectangle height="30" width="30" as="alternateBounds" />
          </mxGeometry>
        </mxCell>
        <mxCell id="SVSHtn-OMlxAWYOSQ3T2-99" parent="SVSHtn-OMlxAWYOSQ3T2-97" style="shape=partialRectangle;connectable=0;fillColor=none;top=0;left=0;bottom=0;right=0;align=left;spacingLeft=6;overflow=hidden;whiteSpace=wrap;html=1;" value="anio" vertex="1">
          <mxGeometry height="30" width="150" x="30" as="geometry">
            <mxRectangle height="30" width="150" as="alternateBounds" />
          </mxGeometry>
        </mxCell>
        <mxCell id="SVSHtn-OMlxAWYOSQ3T2-85" edge="1" parent="1" source="SVSHtn-OMlxAWYOSQ3T2-57" style="edgeStyle=orthogonalEdgeStyle;rounded=0;orthogonalLoop=1;jettySize=auto;html=1;exitX=0;exitY=0.5;exitDx=0;exitDy=0;" target="SVSHtn-OMlxAWYOSQ3T2-2">
          <mxGeometry relative="1" as="geometry" />
        </mxCell>
        <mxCell id="SVSHtn-OMlxAWYOSQ3T2-92" edge="1" parent="1" source="SVSHtn-OMlxAWYOSQ3T2-15" style="edgeStyle=orthogonalEdgeStyle;rounded=0;orthogonalLoop=1;jettySize=auto;html=1;exitX=0;exitY=0.5;exitDx=0;exitDy=0;entryX=1;entryY=0.5;entryDx=0;entryDy=0;" target="SVSHtn-OMlxAWYOSQ3T2-60">
          <mxGeometry relative="1" as="geometry" />
        </mxCell>
        <mxCell id="SVSHtn-OMlxAWYOSQ3T2-93" edge="1" parent="1" source="SVSHtn-OMlxAWYOSQ3T2-41" style="edgeStyle=orthogonalEdgeStyle;rounded=0;orthogonalLoop=1;jettySize=auto;html=1;exitX=0;exitY=0.5;exitDx=0;exitDy=0;entryX=1;entryY=0.5;entryDx=0;entryDy=0;" target="SVSHtn-OMlxAWYOSQ3T2-63">
          <mxGeometry relative="1" as="geometry" />
        </mxCell>
        <mxCell id="SVSHtn-OMlxAWYOSQ3T2-100" edge="1" parent="1" source="SVSHtn-OMlxAWYOSQ3T2-67" style="edgeStyle=orthogonalEdgeStyle;rounded=0;orthogonalLoop=1;jettySize=auto;html=1;exitX=1;exitY=0.5;exitDx=0;exitDy=0;entryX=0;entryY=0.5;entryDx=0;entryDy=0;" target="SVSHtn-OMlxAWYOSQ3T2-101">
          <mxGeometry relative="1" as="geometry">
            <mxPoint x="360" y="400" as="targetPoint" />
          </mxGeometry>
        </mxCell>
      </root>
    </mxGraphModel>
  </diagram>
</mxfile>
